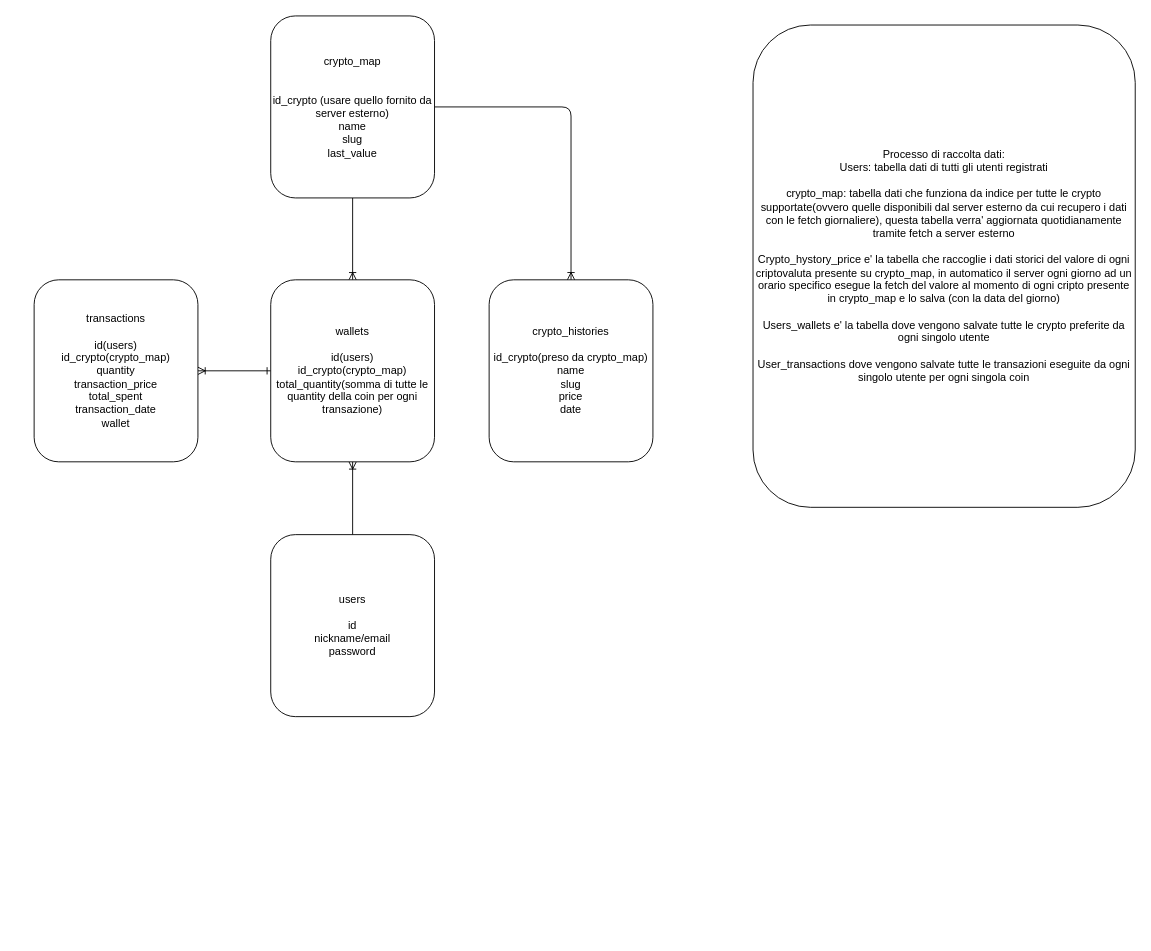
Earlier version of the draw.io diagram backend/db.drawio (Mat-123/CrypTracker). Source tidied: cells renumbered, new cells numbered last; positions are measured from the earlier drawing's top-left corner, leaving out a move shared by most shapes. Both pictures are drawn from the tidied source at 91%, with x=0, y=0 at pixel (34, 15).
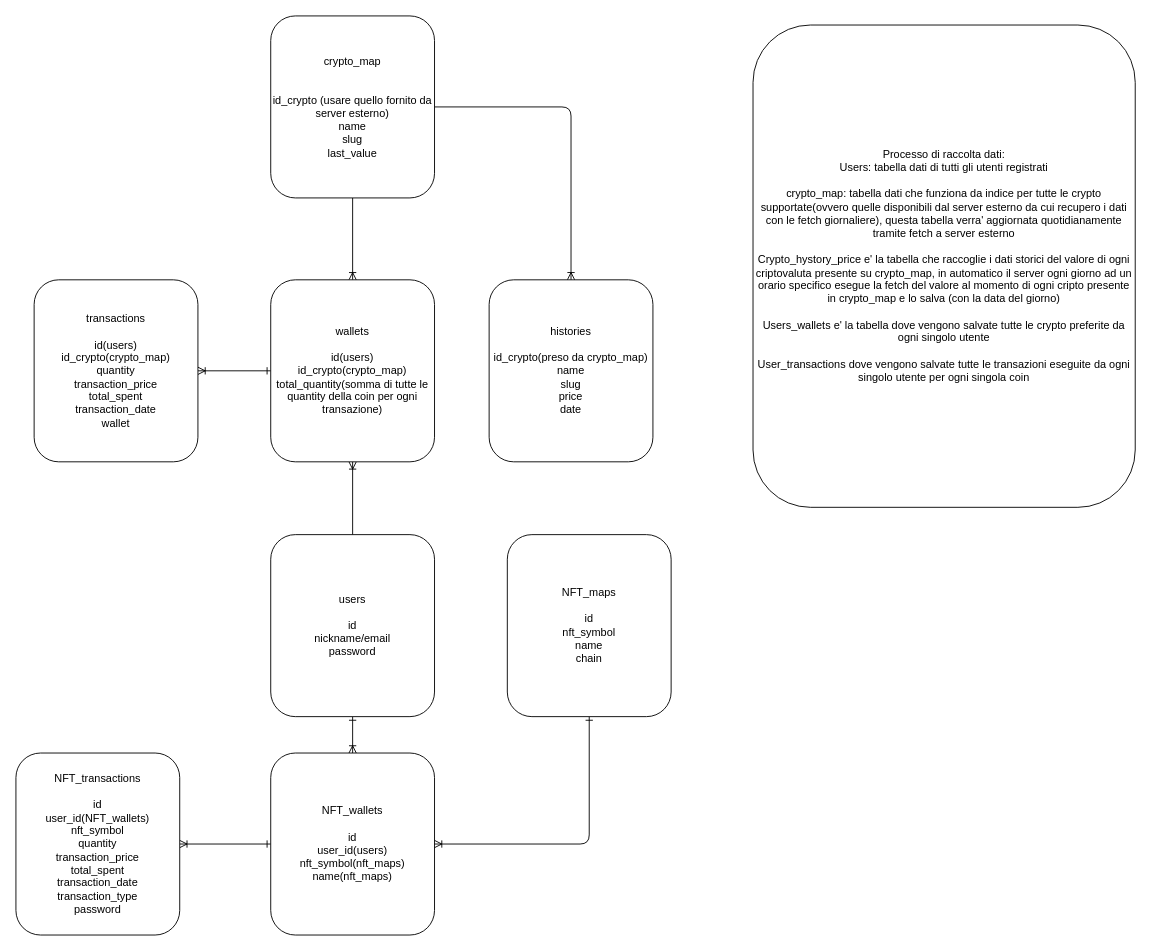
Above is the later version.

What changed in the source:
```diff
@@
 <mxGraphModel>
   <root>
     <mxCell id="0" />
     <mxCell id="1" parent="0" />
     <mxCell id="2" style="edgeStyle=orthogonalEdgeStyle;html=1;entryX=0.5;entryY=1;entryDx=0;entryDy=0;endArrow=ERoneToMany;endFill=0;" parent="1" edge="1" source="4" target="11">
       <mxGeometry relative="1" as="geometry" />
     </mxCell>
     <mxCell id="3" style="edgeStyle=orthogonalEdgeStyle;html=1;entryX=0.5;entryY=1;entryDx=0;entryDy=0;endArrow=ERoneToMany;endFill=0;exitX=0.5;exitY=1;exitDx=0;exitDy=0;" parent="1" edge="1" source="10" target="10">
       <mxGeometry relative="1" as="geometry" />
     </mxCell>
+    <mxCell id="13" style="edgeStyle=none;html=1;exitX=0.5;exitY=1;exitDx=0;exitDy=0;entryX=0.5;entryY=0;entryDx=0;entryDy=0;startArrow=ERone;startFill=0;endArrow=ERoneToMany;endFill=0;" parent="1" edge="1" source="4" target="15">
+      <mxGeometry relative="1" as="geometry" />
+    </mxCell>
     <mxCell id="4" value="users&lt;br&gt;&lt;br&gt;id&lt;br&gt;nickname/email&lt;br&gt;password" style="rounded=1;whiteSpace=wrap;html=1;" parent="1" vertex="1">
       <mxGeometry x="260" y="570" width="180" height="200" as="geometry" />
     </mxCell>
     <mxCell id="5" style="edgeStyle=orthogonalEdgeStyle;html=1;entryX=0.5;entryY=0;entryDx=0;entryDy=0;endArrow=ERoneToMany;endFill=0;" parent="1" edge="1" source="7" target="8">
       <mxGeometry relative="1" as="geometry" />
     </mxCell>
     <mxCell id="6" style="edgeStyle=orthogonalEdgeStyle;html=1;endArrow=ERoneToMany;endFill=0;" parent="1" edge="1" source="7" target="11">
       <mxGeometry relative="1" as="geometry" />
     </mxCell>
     <mxCell id="7" value="crypto_map&lt;br&gt;&lt;br&gt;&lt;br&gt;id_crypto (usare quello fornito da server esterno)&lt;br&gt;name&lt;br&gt;slug&lt;br&gt;last_value" style="rounded=1;whiteSpace=wrap;html=1;" parent="1" vertex="1">
       <mxGeometry x="260" width="180" height="200" as="geometry" />
     </mxCell>
-    <mxCell id="8" value="crypto_histories&lt;br&gt;&lt;br&gt;id_crypto(preso da crypto_map)&lt;br&gt;name&lt;br&gt;slug&lt;br&gt;price&lt;br&gt;date" style="rounded=1;whiteSpace=wrap;html=1;" parent="1" vertex="1">
+    <mxCell id="8" value="histories&lt;br&gt;&lt;br&gt;id_crypto(preso da crypto_map)&lt;br&gt;name&lt;br&gt;slug&lt;br&gt;price&lt;br&gt;date" style="rounded=1;whiteSpace=wrap;html=1;" parent="1" vertex="1">
       <mxGeometry x="500" y="290" width="180" height="200" as="geometry" />
     </mxCell>
     <mxCell id="9" style="edgeStyle=orthogonalEdgeStyle;html=1;endArrow=ERone;endFill=0;startArrow=ERoneToMany;startFill=0;" parent="1" edge="1" source="10" target="11">
       <mxGeometry relative="1" as="geometry" />
     </mxCell>
     <mxCell id="10" value="transactions&lt;br&gt;&lt;br&gt;id(users)&lt;br&gt;id_crypto(crypto_map)&lt;br&gt;quantity&lt;br&gt;transaction_price&lt;br&gt;total_spent&lt;br&gt;transaction_date&lt;br&gt;wallet" style="rounded=1;whiteSpace=wrap;html=1;" parent="1" vertex="1">
       <mxGeometry y="290" width="180" height="200" as="geometry" />
     </mxCell>
     <mxCell id="11" value="wallets&lt;br&gt;&lt;br&gt;id(users)&lt;br&gt;id_crypto(crypto_map)&lt;br&gt;total_quantity(somma di tutte le quantity della coin per ogni transazione)" style="rounded=1;whiteSpace=wrap;html=1;" parent="1" vertex="1">
       <mxGeometry x="260" y="290" width="180" height="200" as="geometry" />
     </mxCell>
     <mxCell id="12" value="Processo di raccolta dati:&lt;br&gt;Users: tabella dati di tutti gli utenti registrati&lt;br&gt;&lt;br&gt;crypto_map: tabella dati che funziona da indice per tutte le crypto supportate(ovvero quelle disponibili dal server esterno da cui recupero i dati con le fetch giornaliere), questa tabella verra' aggiornata quotidianamente tramite fetch a server esterno&lt;br&gt;&lt;br&gt;Crypto_hystory_price e' la tabella che raccoglie i dati storici del valore di ogni criptovaluta presente su crypto_map, in automatico il server ogni giorno ad un orario specifico esegue la fetch del valore al momento di ogni cripto presente in crypto_map e lo salva (con la data del giorno)&lt;br&gt;&lt;br&gt;Users_wallets e' la tabella dove vengono salvate tutte le crypto preferite da ogni singolo utente&lt;br&gt;&lt;br&gt;User_transactions dove vengono salvate tutte le transazioni eseguite da ogni singolo utente per ogni singola coin" style="rounded=1;whiteSpace=wrap;html=1;" parent="1" vertex="1">
       <mxGeometry x="790" y="10" width="420" height="530" as="geometry" />
     </mxCell>
+    <mxCell id="14" style="edgeStyle=orthogonalEdgeStyle;html=1;exitX=0;exitY=0.5;exitDx=0;exitDy=0;entryX=1;entryY=0.5;entryDx=0;entryDy=0;startArrow=ERone;startFill=0;endArrow=ERoneToMany;endFill=0;" parent="1" edge="1" source="15" target="16">
+      <mxGeometry relative="1" as="geometry" />
+    </mxCell>
+    <mxCell id="15" value="NFT_wallets&lt;br&gt;&lt;br&gt;id&lt;br&gt;user_id(users)&lt;br&gt;nft_symbol(nft_maps)&lt;br&gt;name(nft_maps)" style="rounded=1;whiteSpace=wrap;html=1;" parent="1" vertex="1">
+      <mxGeometry x="260" y="810" width="180" height="200" as="geometry" />
+    </mxCell>
+    <mxCell id="16" value="NFT_transactions&lt;br&gt;&lt;br&gt;id&lt;br&gt;user_id(NFT_wallets)&lt;br&gt;nft_symbol&lt;br&gt;quantity&lt;br&gt;transaction_price&lt;br&gt;total_spent&lt;br&gt;transaction_date&lt;br&gt;transaction_type&lt;br&gt;password" style="rounded=1;whiteSpace=wrap;html=1;" parent="1" vertex="1">
+      <mxGeometry x="-20" y="810" width="180" height="200" as="geometry" />
+    </mxCell>
+    <mxCell id="17" style="edgeStyle=orthogonalEdgeStyle;html=1;exitX=0.5;exitY=1;exitDx=0;exitDy=0;entryX=1;entryY=0.5;entryDx=0;entryDy=0;startArrow=ERone;startFill=0;endArrow=ERoneToMany;endFill=0;" parent="1" edge="1" source="18" target="15">
+      <mxGeometry relative="1" as="geometry" />
+    </mxCell>
+    <mxCell id="18" value="NFT_maps&lt;br&gt;&lt;br&gt;id&lt;br&gt;nft_symbol&lt;br&gt;name&lt;br&gt;chain" style="rounded=1;whiteSpace=wrap;html=1;" parent="1" vertex="1">
+      <mxGeometry x="520" y="570" width="180" height="200" as="geometry" />
+    </mxCell>
   </root>
 </mxGraphModel>
```
